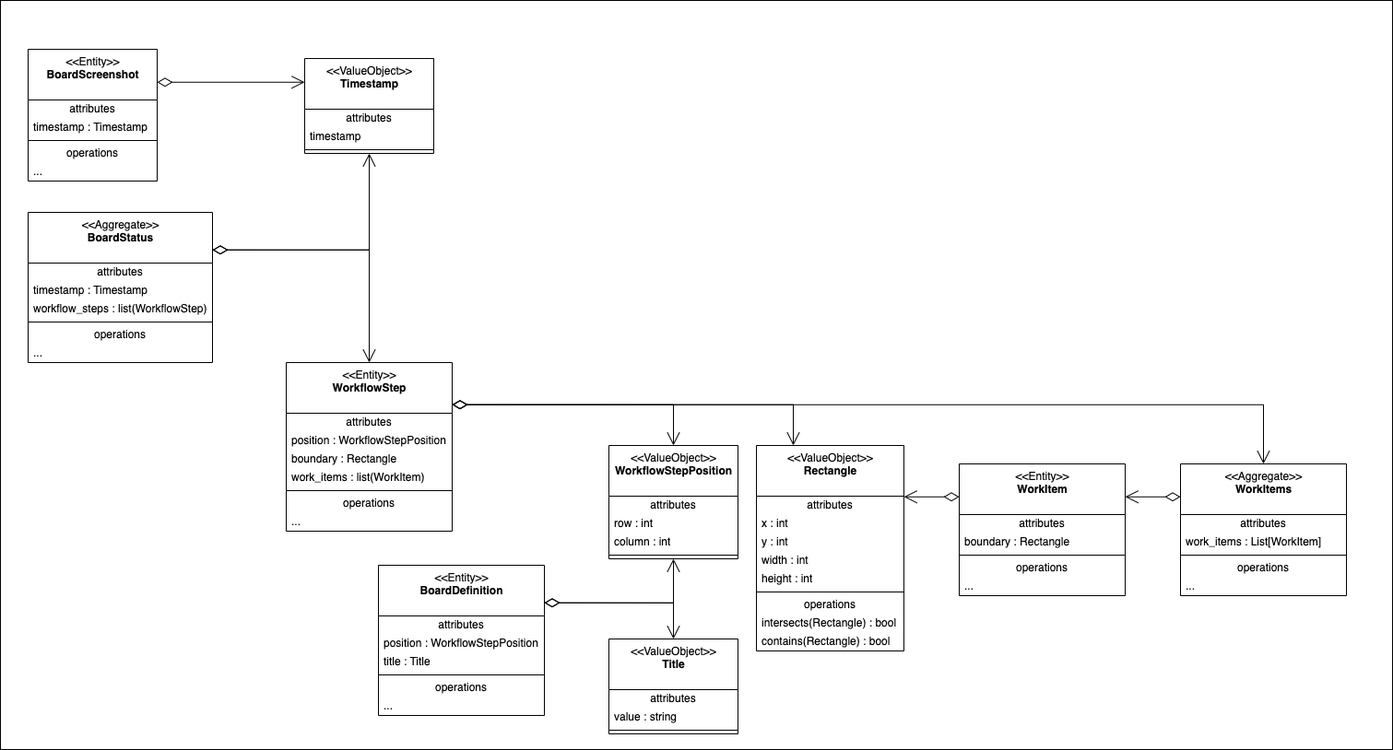
The draw.io diagram docs/05_application_design.drawio.png in wonderbird/kanban_metrics, before a commit. Source tidied: cells renumbered, new cells last; positions are measured from the earlier drawing's top-left corner, leaving out a move shared by most shapes.
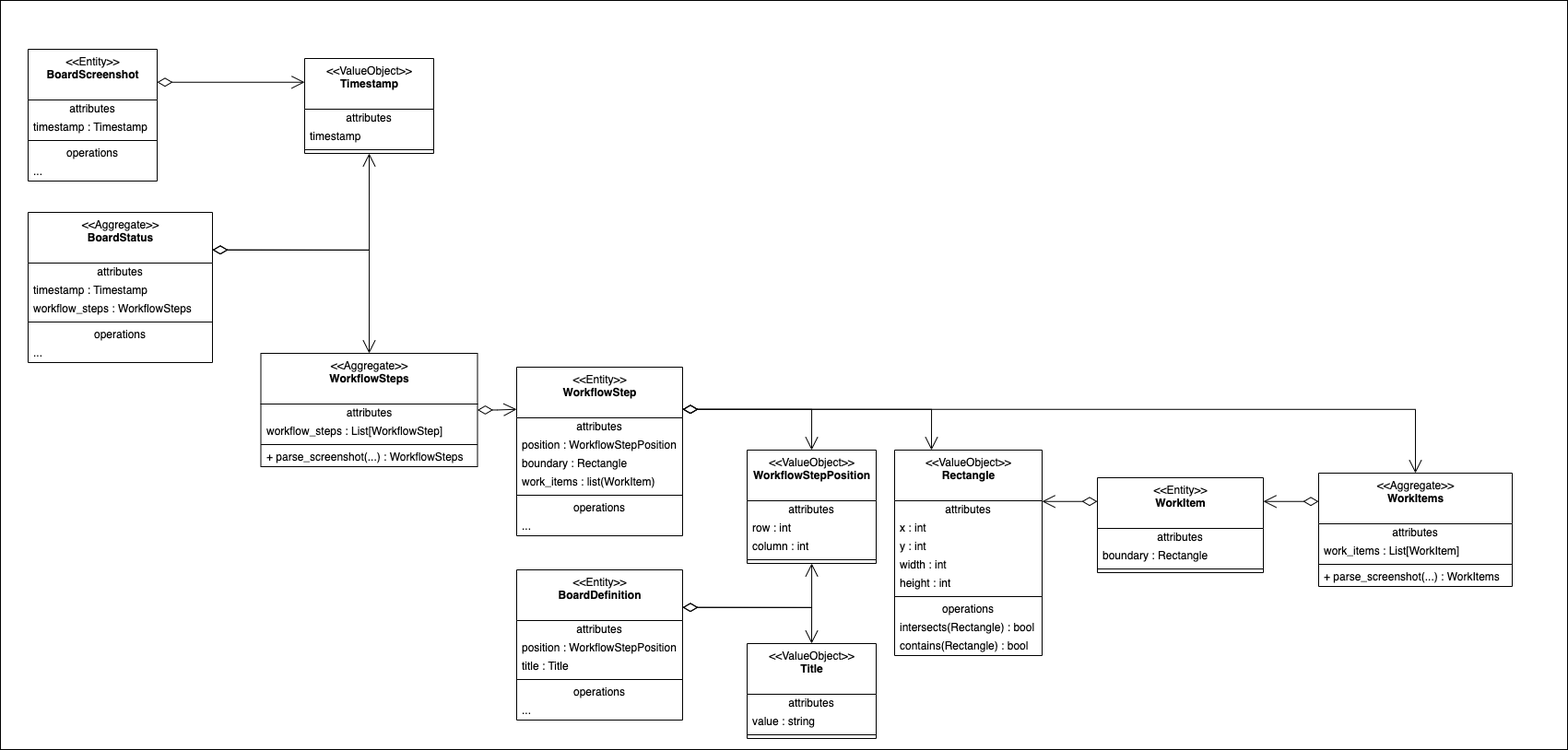
Later version of the same file.

Commit message:
docs: improve comments and diagrams

The edit, as a diff of the source:
```diff
@@ -6,7 +6,7 @@
       <mxGeometry width="1510" height="813" as="geometry" />
     </mxCell>
     <mxCell id="3" style="rounded=0;whiteSpace=wrap;html=1;" parent="1" vertex="1">
-      <mxGeometry width="1510" height="813" as="geometry" />
+      <mxGeometry width="1700" height="813" as="geometry" />
     </mxCell>
     <mxCell id="4" value="&amp;lt;&amp;lt;Entity&amp;gt;&amp;gt;&lt;br&gt;&lt;b&gt;BoardScreenshot&lt;/b&gt;" style="swimlane;fontStyle=0;align=center;verticalAlign=top;horizontal=1;startSize=55;html=1;" parent="1" vertex="1">
       <mxGeometry x="30" y="53" width="140" height="143" as="geometry" />
@@ -27,7 +27,7 @@
       <mxGeometry y="123" width="140" height="20" as="geometry" />
     </mxCell>
     <mxCell id="10" value="&amp;lt;&amp;lt;Entity&amp;gt;&amp;gt;&lt;br&gt;&lt;b&gt;WorkflowStep&lt;/b&gt;" style="swimlane;fontStyle=0;align=center;verticalAlign=top;horizontal=1;startSize=55;html=1;" parent="1" vertex="1">
-      <mxGeometry x="310" y="393" width="180" height="183" as="geometry" />
+      <mxGeometry x="560" y="398" width="180" height="183" as="geometry" />
     </mxCell>
     <mxCell id="11" value="attributes" style="text;html=1;strokeColor=none;fillColor=none;align=center;verticalAlign=middle;spacingLeft=4;spacingRight=4;overflow=hidden;" parent="10" vertex="1">
       <mxGeometry y="55" width="180" height="20" as="geometry" />
@@ -51,7 +51,7 @@
       <mxGeometry y="163" width="180" height="20" as="geometry" />
     </mxCell>
     <mxCell id="18" value="&amp;lt;&amp;lt;ValueObject&amp;gt;&amp;gt;&lt;br&gt;&lt;b&gt;WorkflowStepPosition&lt;/b&gt;" style="swimlane;fontStyle=0;align=center;verticalAlign=top;horizontal=1;startSize=55;html=1;" parent="1" vertex="1">
-      <mxGeometry x="660" y="483" width="140" height="123" as="geometry" />
+      <mxGeometry x="810" y="488" width="140" height="123" as="geometry" />
     </mxCell>
     <mxCell id="19" value="attributes" style="text;html=1;strokeColor=none;fillColor=none;align=center;verticalAlign=middle;spacingLeft=4;spacingRight=4;overflow=hidden;" parent="18" vertex="1">
       <mxGeometry y="55" width="140" height="20" as="geometry" />
@@ -66,7 +66,7 @@
       <mxGeometry y="115" width="140" height="8" as="geometry" />
     </mxCell>
     <mxCell id="23" value="&amp;lt;&amp;lt;ValueObject&amp;gt;&amp;gt;&lt;br&gt;&lt;b&gt;Rectangle&lt;/b&gt;" style="swimlane;fontStyle=0;align=center;verticalAlign=top;horizontal=1;startSize=55;html=1;" parent="1" vertex="1">
-      <mxGeometry x="820" y="483" width="160" height="223" as="geometry" />
+      <mxGeometry x="970" y="488" width="160" height="223" as="geometry" />
     </mxCell>
     <mxCell id="24" value="attributes" style="text;html=1;strokeColor=none;fillColor=none;align=center;verticalAlign=middle;spacingLeft=4;spacingRight=4;overflow=hidden;" parent="23" vertex="1">
       <mxGeometry y="55" width="160" height="20" as="geometry" />
@@ -102,7 +102,7 @@
       <mxGeometry x="-1" y="3" relative="1" as="geometry" />
     </mxCell>
     <mxCell id="35" value="&amp;lt;&amp;lt;Entity&amp;gt;&amp;gt;&lt;br&gt;&lt;b&gt;BoardDefinition&lt;/b&gt;" style="swimlane;fontStyle=0;align=center;verticalAlign=top;horizontal=1;startSize=55;html=1;" parent="1" vertex="1">
-      <mxGeometry x="410" y="613" width="180" height="163" as="geometry" />
+      <mxGeometry x="560" y="618" width="180" height="163" as="geometry" />
     </mxCell>
     <mxCell id="36" value="attributes" style="text;html=1;strokeColor=none;fillColor=none;align=center;verticalAlign=middle;spacingLeft=4;spacingRight=4;overflow=hidden;" parent="35" vertex="1">
       <mxGeometry y="55" width="180" height="20" as="geometry" />
@@ -123,7 +123,7 @@
       <mxGeometry y="143" width="180" height="20" as="geometry" />
     </mxCell>
     <mxCell id="42" value="&amp;lt;&amp;lt;ValueObject&amp;gt;&amp;gt;&lt;br&gt;&lt;b&gt;Title&lt;/b&gt;" style="swimlane;fontStyle=0;align=center;verticalAlign=top;horizontal=1;startSize=55;html=1;" parent="1" vertex="1">
-      <mxGeometry x="660" y="693" width="140" height="103" as="geometry" />
+      <mxGeometry x="810" y="698" width="140" height="103" as="geometry" />
     </mxCell>
     <mxCell id="43" value="attributes" style="text;html=1;strokeColor=none;fillColor=none;align=center;verticalAlign=middle;spacingLeft=4;spacingRight=4;overflow=hidden;" parent="42" vertex="1">
       <mxGeometry y="55" width="140" height="20" as="geometry" />
@@ -149,7 +149,7 @@
     <mxCell id="50" value="timestamp : Timestamp" style="text;html=1;strokeColor=none;fillColor=none;align=left;verticalAlign=middle;spacingLeft=4;spacingRight=4;overflow=hidden;" parent="48" vertex="1">
       <mxGeometry y="75" width="200" height="20" as="geometry" />
     </mxCell>
-    <mxCell id="51" value="workflow_steps : list(WorkflowStep)" style="text;html=1;strokeColor=none;fillColor=none;align=left;verticalAlign=middle;spacingLeft=4;spacingRight=4;overflow=hidden;" parent="48" vertex="1">
+    <mxCell id="51" value="workflow_steps : WorkflowSteps" style="text;html=1;strokeColor=none;fillColor=none;align=left;verticalAlign=middle;spacingLeft=4;spacingRight=4;overflow=hidden;" parent="48" vertex="1">
       <mxGeometry y="95" width="200" height="20" as="geometry" />
     </mxCell>
     <mxCell id="52" style="line;strokeWidth=1;fillColor=none;align=left;verticalAlign=middle;spacingTop=-1;spacingLeft=3;spacingRight=3;labelPosition=right;" parent="48" vertex="1">
@@ -162,7 +162,7 @@
       <mxGeometry y="143" width="200" height="20" as="geometry" />
     </mxCell>
     <mxCell id="55" value="&amp;lt;&amp;lt;Entity&amp;gt;&amp;gt;&lt;br&gt;&lt;b&gt;WorkItem&lt;/b&gt;" style="swimlane;fontStyle=0;align=center;verticalAlign=top;horizontal=1;startSize=55;html=1;" parent="1" vertex="1">
-      <mxGeometry x="1040" y="503" width="180" height="143" as="geometry" />
+      <mxGeometry x="1190" y="518" width="180" height="103" as="geometry" />
     </mxCell>
     <mxCell id="56" value="attributes" style="text;html=1;strokeColor=none;fillColor=none;align=center;verticalAlign=middle;spacingLeft=4;spacingRight=4;overflow=hidden;" parent="55" vertex="1">
       <mxGeometry y="55" width="180" height="20" as="geometry" />
@@ -173,19 +173,13 @@
     <mxCell id="58" style="line;strokeWidth=1;fillColor=none;align=left;verticalAlign=middle;spacingTop=-1;spacingLeft=3;spacingRight=3;labelPosition=right;" parent="55" vertex="1">
       <mxGeometry y="95" width="180" height="8" as="geometry" />
     </mxCell>
-    <mxCell id="59" value="operations" style="text;html=1;strokeColor=none;fillColor=none;align=center;verticalAlign=middle;spacingLeft=4;spacingRight=4;overflow=hidden;" parent="55" vertex="1">
-      <mxGeometry y="103" width="180" height="20" as="geometry" />
-    </mxCell>
-    <mxCell id="60" value="..." style="text;html=1;strokeColor=none;fillColor=none;align=left;verticalAlign=middle;spacingLeft=4;spacingRight=4;overflow=hidden;" parent="55" vertex="1">
-      <mxGeometry y="123" width="180" height="20" as="geometry" />
-    </mxCell>
     <mxCell id="61" style="endArrow=open;html=1;endSize=12;startArrow=diamondThin;startSize=14;startFill=0;edgeStyle=orthogonalEdgeStyle;align=left;verticalAlign=bottom;rounded=0;exitX=0;exitY=0.25;exitDx=0;exitDy=0;entryX=1;entryY=0.25;entryDx=0;entryDy=0;" parent="1" edge="1" source="55" target="23">
       <mxGeometry x="-1" y="3" relative="1" as="geometry" />
     </mxCell>
     <mxCell id="62" style="endArrow=open;html=1;endSize=12;startArrow=diamondThin;startSize=14;startFill=0;edgeStyle=orthogonalEdgeStyle;align=left;verticalAlign=bottom;rounded=0;entryX=1;entryY=0.25;entryDx=0;entryDy=0;exitX=0;exitY=0.25;exitDx=0;exitDy=0;" parent="1" edge="1" source="70" target="55">
       <mxGeometry x="-1" y="3" relative="1" as="geometry" />
     </mxCell>
-    <mxCell id="63" style="endArrow=open;html=1;endSize=12;startArrow=diamondThin;startSize=14;startFill=0;edgeStyle=orthogonalEdgeStyle;align=left;verticalAlign=bottom;rounded=0;exitX=1;exitY=0.25;exitDx=0;exitDy=0;entryX=0.5;entryY=0;entryDx=0;entryDy=0;" parent="1" edge="1" source="48" target="10">
+    <mxCell id="63" style="endArrow=open;html=1;endSize=12;startArrow=diamondThin;startSize=14;startFill=0;edgeStyle=orthogonalEdgeStyle;align=left;verticalAlign=bottom;rounded=0;exitX=1;exitY=0.25;exitDx=0;exitDy=0;entryX=0.5;entryY=0;entryDx=0;entryDy=0;" parent="1" edge="1" source="48" target="78">
       <mxGeometry x="-1" y="3" relative="1" as="geometry" />
     </mxCell>
     <mxCell id="64" value="&amp;lt;&amp;lt;ValueObject&amp;gt;&amp;gt;&lt;br&gt;&lt;b&gt;Timestamp&lt;/b&gt;" style="swimlane;fontStyle=0;align=center;verticalAlign=top;horizontal=1;startSize=55;html=1;" parent="1" vertex="1">
@@ -207,25 +201,40 @@
       <mxGeometry x="-1" y="3" relative="1" as="geometry" />
     </mxCell>
     <mxCell id="70" value="&amp;lt;&amp;lt;Aggregate&amp;gt;&amp;gt;&lt;br&gt;&lt;b&gt;WorkItems&lt;/b&gt;" style="swimlane;fontStyle=0;align=center;verticalAlign=top;horizontal=1;startSize=55;html=1;" parent="1" vertex="1">
-      <mxGeometry x="1280" y="503" width="180" height="143" as="geometry" />
+      <mxGeometry x="1430" y="513" width="210" height="123" as="geometry" />
     </mxCell>
     <mxCell id="71" value="attributes" style="text;html=1;strokeColor=none;fillColor=none;align=center;verticalAlign=middle;spacingLeft=4;spacingRight=4;overflow=hidden;" parent="70" vertex="1">
-      <mxGeometry y="55" width="180" height="20" as="geometry" />
+      <mxGeometry y="55" width="210" height="20" as="geometry" />
     </mxCell>
     <mxCell id="72" value="work_items : List[WorkItem]" style="text;html=1;strokeColor=none;fillColor=none;align=left;verticalAlign=middle;spacingLeft=4;spacingRight=4;overflow=hidden;" parent="70" vertex="1">
-      <mxGeometry y="75" width="180" height="20" as="geometry" />
+      <mxGeometry y="75" width="210" height="20" as="geometry" />
     </mxCell>
     <mxCell id="73" style="line;strokeWidth=1;fillColor=none;align=left;verticalAlign=middle;spacingTop=-1;spacingLeft=3;spacingRight=3;labelPosition=right;" parent="70" vertex="1">
-      <mxGeometry y="95" width="180" height="8" as="geometry" />
+      <mxGeometry y="95" width="210" height="8" as="geometry" />
     </mxCell>
-    <mxCell id="74" value="operations" style="text;html=1;strokeColor=none;fillColor=none;align=center;verticalAlign=middle;spacingLeft=4;spacingRight=4;overflow=hidden;" parent="70" vertex="1">
-      <mxGeometry y="103" width="180" height="20" as="geometry" />
-    </mxCell>
-    <mxCell id="75" value="..." style="text;html=1;strokeColor=none;fillColor=none;align=left;verticalAlign=middle;spacingLeft=4;spacingRight=4;overflow=hidden;" parent="70" vertex="1">
-      <mxGeometry y="123" width="180" height="20" as="geometry" />
-    </mxCell>
+    <mxCell id="77" value="+ parse_screenshot(...) : WorkItems" style="text;html=1;strokeColor=none;fillColor=none;align=left;verticalAlign=middle;spacingLeft=4;spacingRight=4;overflow=hidden;" parent="70" vertex="1">
+      <mxGeometry y="103" width="210" height="20" as="geometry" />
+    </mxCell>
     <mxCell id="76" style="endArrow=open;html=1;endSize=12;startArrow=diamondThin;startSize=14;startFill=0;edgeStyle=orthogonalEdgeStyle;align=left;verticalAlign=bottom;rounded=0;exitX=1;exitY=0.25;exitDx=0;exitDy=0;entryX=0.5;entryY=0;entryDx=0;entryDy=0;" parent="1" edge="1" source="10" target="70">
       <mxGeometry x="-1" y="3" relative="1" as="geometry" />
     </mxCell>
+    <mxCell id="78" value="&amp;lt;&amp;lt;Aggregate&amp;gt;&amp;gt;&lt;br&gt;&lt;b&gt;WorkflowSteps&lt;/b&gt;" style="swimlane;fontStyle=0;align=center;verticalAlign=top;horizontal=1;startSize=55;html=1;" parent="1" vertex="1">
+      <mxGeometry x="282.5" y="383" width="235" height="123" as="geometry" />
+    </mxCell>
+    <mxCell id="79" value="attributes" style="text;html=1;strokeColor=none;fillColor=none;align=center;verticalAlign=middle;spacingLeft=4;spacingRight=4;overflow=hidden;" parent="78" vertex="1">
+      <mxGeometry y="55" width="235" height="20" as="geometry" />
+    </mxCell>
+    <mxCell id="80" value="workflow_steps : List[WorkflowStep]" style="text;html=1;strokeColor=none;fillColor=none;align=left;verticalAlign=middle;spacingLeft=4;spacingRight=4;overflow=hidden;" parent="78" vertex="1">
+      <mxGeometry y="75" width="235" height="20" as="geometry" />
+    </mxCell>
+    <mxCell id="81" style="line;strokeWidth=1;fillColor=none;align=left;verticalAlign=middle;spacingTop=-1;spacingLeft=3;spacingRight=3;labelPosition=right;" parent="78" vertex="1">
+      <mxGeometry y="95" width="235" height="8" as="geometry" />
+    </mxCell>
+    <mxCell id="82" value="+ parse_screenshot(...) : WorkflowSteps" style="text;html=1;strokeColor=none;fillColor=none;align=left;verticalAlign=middle;spacingLeft=4;spacingRight=4;overflow=hidden;" parent="78" vertex="1">
+      <mxGeometry y="103" width="235" height="20" as="geometry" />
+    </mxCell>
+    <mxCell id="83" style="endArrow=open;html=1;endSize=12;startArrow=diamondThin;startSize=14;startFill=0;edgeStyle=orthogonalEdgeStyle;align=left;verticalAlign=bottom;rounded=0;exitX=1;exitY=0.5;exitDx=0;exitDy=0;entryX=0;entryY=0.25;entryDx=0;entryDy=0;" parent="1" edge="1" source="78" target="10">
+      <mxGeometry x="-1" y="3" relative="1" as="geometry" />
+    </mxCell>
   </root>
 </mxGraphModel>
```
